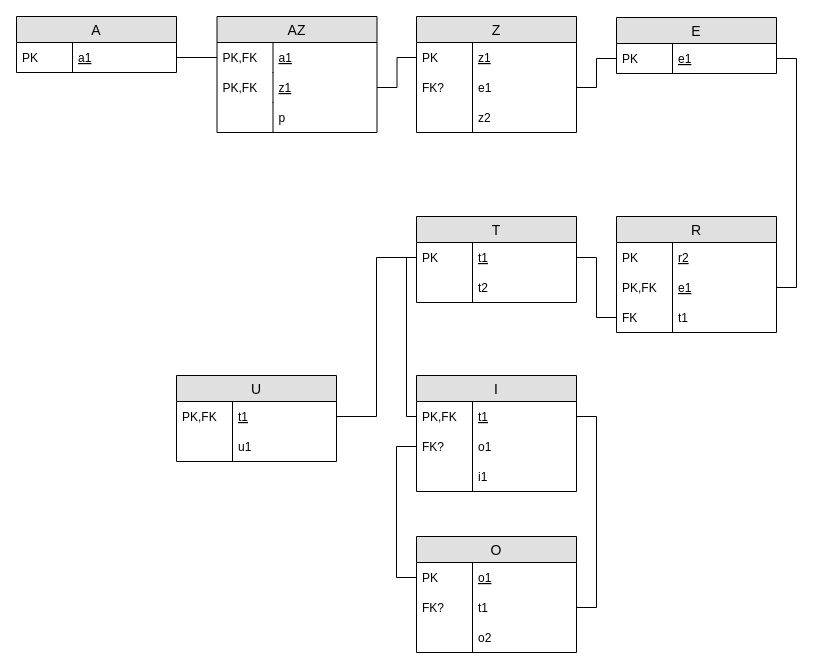
The draw.io diagram workshops/04-mapping/solutions/exercise-2.drawio in HOGENT-Databases/DB1-Workshops, before the edit. Source tidied: cells renumbered, new cells numbered last; positions are measured from the earlier drawing's top-left corner, leaving out a move shared by most shapes. Both pictures are drawn from the tidied source at 100%, with x=0, y=0 at pixel (16, 16).
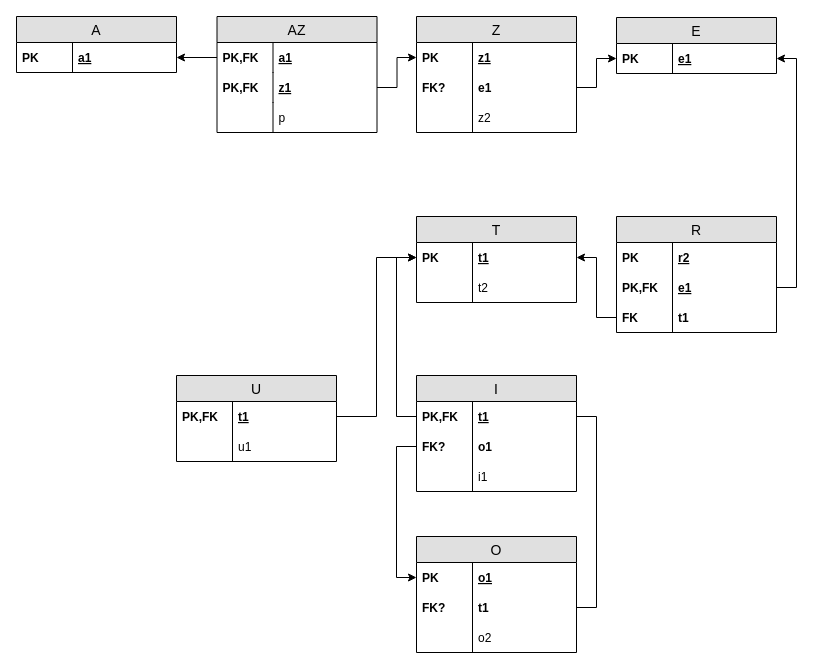
Above is the later version.

Unchanged cells that the change refers to:
```xml
<mxCell id="2" value="Z" style="swimlane;fontStyle=0;horizontal=1;startSize=26;fillColor=#e0e0e0;swimlaneFillColor=#ffffff;align=center;fontSize=14;" parent="1" vertex="1">
  <mxGeometry x="400" width="160" height="116" as="geometry" />
</mxCell>
<mxCell id="9" value="A" style="swimlane;fontStyle=0;horizontal=1;startSize=26;fillColor=#e0e0e0;swimlaneFillColor=#ffffff;align=center;fontSize=14;" parent="1" vertex="1">
  <mxGeometry width="160" height="56" as="geometry" />
</mxCell>
<mxCell id="12" value="AZ" style="swimlane;fontStyle=0;horizontal=1;startSize=26;fillColor=#e0e0e0;swimlaneFillColor=#ffffff;align=center;fontSize=14;" parent="1" vertex="1">
  <mxGeometry x="200.5" width="160" height="116" as="geometry" />
</mxCell>
<mxCell id="21" value="E" style="swimlane;fontStyle=0;horizontal=1;startSize=26;fillColor=#e0e0e0;swimlaneFillColor=#ffffff;align=center;fontSize=14;" parent="1" vertex="1">
  <mxGeometry x="600" y="1" width="160" height="56" as="geometry" />
</mxCell>
<mxCell id="25" value="R" style="swimlane;fontStyle=0;horizontal=1;startSize=26;fillColor=#e0e0e0;swimlaneFillColor=#ffffff;align=center;fontSize=14;" parent="1" vertex="1">
  <mxGeometry x="600" y="200" width="160" height="116" as="geometry" />
</mxCell>
<mxCell id="33" value="T" style="swimlane;fontStyle=0;horizontal=1;startSize=26;fillColor=#e0e0e0;swimlaneFillColor=#ffffff;align=center;fontSize=14;" parent="1" vertex="1">
  <mxGeometry x="400" y="200" width="160" height="86" as="geometry" />
</mxCell>
<mxCell id="39" value="U" style="swimlane;fontStyle=0;horizontal=1;startSize=26;fillColor=#e0e0e0;swimlaneFillColor=#ffffff;align=center;fontSize=14;" parent="1" vertex="1">
  <mxGeometry x="160" y="359" width="160" height="86" as="geometry" />
</mxCell>
<mxCell id="45" value="I" style="swimlane;fontStyle=0;horizontal=1;startSize=26;fillColor=#e0e0e0;swimlaneFillColor=#ffffff;align=center;fontSize=14;" parent="1" vertex="1">
  <mxGeometry x="400" y="359" width="160" height="116" as="geometry" />
</mxCell>
<mxCell id="53" value="O" style="swimlane;fontStyle=0;horizontal=1;startSize=26;fillColor=#e0e0e0;swimlaneFillColor=#ffffff;align=center;fontSize=14;" parent="1" vertex="1">
  <mxGeometry x="400" y="520" width="160" height="116" as="geometry" />
</mxCell>
```

Change to the diagram source:
```diff
@@
-    <mxCell id="3" value="z1" style="shape=partialRectangle;top=0;left=0;right=0;bottom=0;align=left;verticalAlign=middle;fillColor=none;spacingLeft=60;spacingRight=4;overflow=hidden;points=[[0,0.5],[1,0.5]];portConstraint=eastwest;fontStyle=4;fontSize=12;" parent="2" vertex="1">
+    <mxCell id="3" value="z1" style="shape=partialRectangle;top=0;left=0;right=0;bottom=0;align=left;verticalAlign=middle;fillColor=none;spacingLeft=60;spacingRight=4;overflow=hidden;points=[[0,0.5],[1,0.5]];portConstraint=eastwest;fontStyle=5;fontSize=12;" parent="2" vertex="1">
       <mxGeometry y="26" width="160" height="30" as="geometry" />
     </mxCell>
-    <mxCell id="4" value="PK" style="shape=partialRectangle;fontStyle=0;top=0;left=0;bottom=0;fillColor=none;align=left;verticalAlign=middle;spacingLeft=4;spacingRight=4;overflow=hidden;fontSize=12;" parent="3" vertex="1">
+    <mxCell id="4" value="PK" style="shape=partialRectangle;fontStyle=1;top=0;left=0;bottom=0;fillColor=none;align=left;verticalAlign=middle;spacingLeft=4;spacingRight=4;overflow=hidden;fontSize=12;" parent="3" vertex="1">
       <mxGeometry width="56" height="30" as="geometry" />
     </mxCell>
-    <mxCell id="5" value="e1" style="shape=partialRectangle;top=0;left=0;right=0;bottom=0;align=left;verticalAlign=middle;fillColor=none;spacingLeft=60;spacingRight=4;overflow=hidden;points=[[0,0.5],[1,0.5]];portConstraint=eastwest;fontStyle=0;fontSize=12;" parent="2" vertex="1">
+    <mxCell id="5" value="e1" style="shape=partialRectangle;top=0;left=0;right=0;bottom=0;align=left;verticalAlign=middle;fillColor=none;spacingLeft=60;spacingRight=4;overflow=hidden;points=[[0,0.5],[1,0.5]];portConstraint=eastwest;fontStyle=1;fontSize=12;" parent="2" vertex="1">
       <mxGeometry y="56" width="160" height="30" as="geometry" />
     </mxCell>
-    <mxCell id="6" value="FK?" style="shape=partialRectangle;fontStyle=0;top=0;left=0;bottom=0;fillColor=none;align=left;verticalAlign=middle;spacingLeft=4;spacingRight=4;overflow=hidden;fontSize=12;" parent="5" vertex="1">
+    <mxCell id="6" value="FK?" style="shape=partialRectangle;fontStyle=1;top=0;left=0;bottom=0;fillColor=none;align=left;verticalAlign=middle;spacingLeft=4;spacingRight=4;overflow=hidden;fontSize=12;" parent="5" vertex="1">
       <mxGeometry width="56" height="30" as="geometry" />
     </mxCell>
@@
-    <mxCell id="10" value="a1" style="shape=partialRectangle;top=0;left=0;right=0;bottom=0;align=left;verticalAlign=middle;fillColor=none;spacingLeft=60;spacingRight=4;overflow=hidden;points=[[0,0.5],[1,0.5]];portConstraint=eastwest;fontStyle=4;fontSize=12;" parent="9" vertex="1">
+    <mxCell id="10" value="a1" style="shape=partialRectangle;top=0;left=0;right=0;bottom=0;align=left;verticalAlign=middle;fillColor=none;spacingLeft=60;spacingRight=4;overflow=hidden;points=[[0,0.5],[1,0.5]];portConstraint=eastwest;fontStyle=5;fontSize=12;" parent="9" vertex="1">
       <mxGeometry y="26" width="160" height="30" as="geometry" />
     </mxCell>
-    <mxCell id="11" value="PK" style="shape=partialRectangle;fontStyle=0;top=0;left=0;bottom=0;fillColor=none;align=left;verticalAlign=middle;spacingLeft=4;spacingRight=4;overflow=hidden;fontSize=12;" parent="10" vertex="1">
+    <mxCell id="11" value="PK" style="shape=partialRectangle;fontStyle=1;top=0;left=0;bottom=0;fillColor=none;align=left;verticalAlign=middle;spacingLeft=4;spacingRight=4;overflow=hidden;fontSize=12;" parent="10" vertex="1">
       <mxGeometry width="56" height="30" as="geometry" />
     </mxCell>
@@
-    <mxCell id="13" value="a1" style="shape=partialRectangle;top=0;left=0;right=0;bottom=0;align=left;verticalAlign=middle;fillColor=none;spacingLeft=60;spacingRight=4;overflow=hidden;points=[[0,0.5],[1,0.5]];portConstraint=eastwest;fontStyle=4;fontSize=12;" parent="12" vertex="1">
+    <mxCell id="13" value="a1" style="shape=partialRectangle;top=0;left=0;right=0;bottom=0;align=left;verticalAlign=middle;fillColor=none;spacingLeft=60;spacingRight=4;overflow=hidden;points=[[0,0.5],[1,0.5]];portConstraint=eastwest;fontStyle=5;fontSize=12;" parent="12" vertex="1">
       <mxGeometry y="26" width="160" height="30" as="geometry" />
     </mxCell>
-    <mxCell id="14" value="PK,FK" style="shape=partialRectangle;fontStyle=0;top=0;left=0;bottom=0;fillColor=none;align=left;verticalAlign=middle;spacingLeft=4;spacingRight=4;overflow=hidden;fontSize=12;" parent="13" vertex="1">
+    <mxCell id="14" value="PK,FK" style="shape=partialRectangle;fontStyle=1;top=0;left=0;bottom=0;fillColor=none;align=left;verticalAlign=middle;spacingLeft=4;spacingRight=4;overflow=hidden;fontSize=12;" parent="13" vertex="1">
       <mxGeometry width="56" height="30" as="geometry" />
     </mxCell>
-    <mxCell id="15" value="z1" style="shape=partialRectangle;top=0;left=0;right=0;bottom=0;align=left;verticalAlign=middle;fillColor=none;spacingLeft=60;spacingRight=4;overflow=hidden;points=[[0,0.5],[1,0.5]];portConstraint=eastwest;fontStyle=4;fontSize=12;" parent="12" vertex="1">
+    <mxCell id="15" value="z1" style="shape=partialRectangle;top=0;left=0;right=0;bottom=0;align=left;verticalAlign=middle;fillColor=none;spacingLeft=60;spacingRight=4;overflow=hidden;points=[[0,0.5],[1,0.5]];portConstraint=eastwest;fontStyle=5;fontSize=12;" parent="12" vertex="1">
       <mxGeometry y="56" width="160" height="30" as="geometry" />
     </mxCell>
-    <mxCell id="16" value="PK,FK" style="shape=partialRectangle;fontStyle=0;top=0;left=0;bottom=0;fillColor=none;align=left;verticalAlign=middle;spacingLeft=4;spacingRight=4;overflow=hidden;fontSize=12;" parent="15" vertex="1">
+    <mxCell id="16" value="PK,FK" style="shape=partialRectangle;fontStyle=1;top=0;left=0;bottom=0;fillColor=none;align=left;verticalAlign=middle;spacingLeft=4;spacingRight=4;overflow=hidden;fontSize=12;" parent="15" vertex="1">
       <mxGeometry width="56" height="30" as="geometry" />
     </mxCell>
@@
-    <mxCell id="19" style="edgeStyle=orthogonalEdgeStyle;rounded=0;jettySize=auto;html=1;exitX=0;exitY=0.5;exitDx=0;exitDy=0;entryX=1;entryY=0.5;entryDx=0;entryDy=0;endArrow=none;endFill=0;" parent="1" edge="1" source="13" target="10">
+    <mxCell id="19" style="edgeStyle=orthogonalEdgeStyle;rounded=0;jettySize=auto;html=1;exitX=0;exitY=0.5;exitDx=0;exitDy=0;entryX=1;entryY=0.5;entryDx=0;entryDy=0;endArrow=classic;endFill=1;" parent="1" edge="1" source="13" target="10">
       <mxGeometry relative="1" as="geometry" />
     </mxCell>
-    <mxCell id="20" style="edgeStyle=orthogonalEdgeStyle;rounded=0;jettySize=auto;html=1;exitX=1;exitY=0.5;exitDx=0;exitDy=0;entryX=0;entryY=0.5;entryDx=0;entryDy=0;endArrow=none;endFill=0;" parent="1" edge="1" source="15" target="3">
+    <mxCell id="20" style="edgeStyle=orthogonalEdgeStyle;rounded=0;jettySize=auto;html=1;exitX=1;exitY=0.5;exitDx=0;exitDy=0;entryX=0;entryY=0.5;entryDx=0;entryDy=0;endArrow=classic;endFill=1;" parent="1" edge="1" source="15" target="3">
       <mxGeometry relative="1" as="geometry" />
     </mxCell>
@@
-    <mxCell id="22" value="e1" style="shape=partialRectangle;top=0;left=0;right=0;bottom=0;align=left;verticalAlign=middle;fillColor=none;spacingLeft=60;spacingRight=4;overflow=hidden;points=[[0,0.5],[1,0.5]];portConstraint=eastwest;fontStyle=4;fontSize=12;" parent="21" vertex="1">
+    <mxCell id="22" value="e1" style="shape=partialRectangle;top=0;left=0;right=0;bottom=0;align=left;verticalAlign=middle;fillColor=none;spacingLeft=60;spacingRight=4;overflow=hidden;points=[[0,0.5],[1,0.5]];portConstraint=eastwest;fontStyle=5;fontSize=12;" parent="21" vertex="1">
       <mxGeometry y="26" width="160" height="30" as="geometry" />
     </mxCell>
-    <mxCell id="23" value="PK" style="shape=partialRectangle;fontStyle=0;top=0;left=0;bottom=0;fillColor=none;align=left;verticalAlign=middle;spacingLeft=4;spacingRight=4;overflow=hidden;fontSize=12;" parent="22" vertex="1">
+    <mxCell id="23" value="PK" style="shape=partialRectangle;fontStyle=1;top=0;left=0;bottom=0;fillColor=none;align=left;verticalAlign=middle;spacingLeft=4;spacingRight=4;overflow=hidden;fontSize=12;" parent="22" vertex="1">
       <mxGeometry width="56" height="30" as="geometry" />
     </mxCell>
-    <mxCell id="24" style="edgeStyle=orthogonalEdgeStyle;rounded=0;jettySize=auto;html=1;exitX=1;exitY=0.5;exitDx=0;exitDy=0;entryX=0;entryY=0.5;entryDx=0;entryDy=0;endArrow=none;endFill=0;" parent="1" edge="1" source="5" target="22">
+    <mxCell id="24" style="edgeStyle=orthogonalEdgeStyle;rounded=0;jettySize=auto;html=1;exitX=1;exitY=0.5;exitDx=0;exitDy=0;entryX=0;entryY=0.5;entryDx=0;entryDy=0;endArrow=classic;endFill=1;" parent="1" edge="1" source="5" target="22">
       <mxGeometry relative="1" as="geometry" />
     </mxCell>
@@
-    <mxCell id="26" value="r2" style="shape=partialRectangle;top=0;left=0;right=0;bottom=0;align=left;verticalAlign=middle;fillColor=none;spacingLeft=60;spacingRight=4;overflow=hidden;fontStyle=4;fontSize=12;" parent="25" vertex="1">
+    <mxCell id="26" value="r2" style="shape=partialRectangle;top=0;left=0;right=0;bottom=0;align=left;verticalAlign=middle;fillColor=none;spacingLeft=60;spacingRight=4;overflow=hidden;fontStyle=5;fontSize=12;" parent="25" vertex="1">
       <mxGeometry y="26" width="160" height="30" as="geometry" />
     </mxCell>
-    <mxCell id="27" value="PK" style="shape=partialRectangle;fontStyle=0;top=0;left=0;bottom=0;fillColor=none;align=left;verticalAlign=middle;spacingLeft=4;spacingRight=4;overflow=hidden;fontSize=12;" parent="26" vertex="1">
+    <mxCell id="27" value="PK" style="shape=partialRectangle;fontStyle=1;top=0;left=0;bottom=0;fillColor=none;align=left;verticalAlign=middle;spacingLeft=4;spacingRight=4;overflow=hidden;fontSize=12;" parent="26" vertex="1">
       <mxGeometry width="56" height="30" as="geometry" />
     </mxCell>
-    <mxCell id="28" value="e1" style="shape=partialRectangle;top=0;left=0;right=0;bottom=0;align=left;verticalAlign=middle;fillColor=none;spacingLeft=60;spacingRight=4;overflow=hidden;points=[[0,0.5],[1,0.5]];portConstraint=eastwest;fontStyle=4;fontSize=12;" parent="25" vertex="1">
+    <mxCell id="28" value="e1" style="shape=partialRectangle;top=0;left=0;right=0;bottom=0;align=left;verticalAlign=middle;fillColor=none;spacingLeft=60;spacingRight=4;overflow=hidden;points=[[0,0.5],[1,0.5]];portConstraint=eastwest;fontStyle=5;fontSize=12;" parent="25" vertex="1">
       <mxGeometry y="56" width="160" height="30" as="geometry" />
     </mxCell>
-    <mxCell id="29" value="PK,FK" style="shape=partialRectangle;fontStyle=0;top=0;left=0;bottom=0;fillColor=none;align=left;verticalAlign=middle;spacingLeft=4;spacingRight=4;overflow=hidden;fontSize=12;" parent="28" vertex="1">
+    <mxCell id="29" value="PK,FK" style="shape=partialRectangle;fontStyle=1;top=0;left=0;bottom=0;fillColor=none;align=left;verticalAlign=middle;spacingLeft=4;spacingRight=4;overflow=hidden;fontSize=12;" parent="28" vertex="1">
       <mxGeometry width="56" height="30" as="geometry" />
     </mxCell>
-    <mxCell id="30" value="t1" style="shape=partialRectangle;top=0;left=0;right=0;bottom=0;align=left;verticalAlign=middle;fillColor=none;spacingLeft=60;spacingRight=4;overflow=hidden;points=[[0,0.5],[1,0.5]];portConstraint=eastwest;fontStyle=0;fontSize=12;" parent="25" vertex="1">
+    <mxCell id="30" value="t1" style="shape=partialRectangle;top=0;left=0;right=0;bottom=0;align=left;verticalAlign=middle;fillColor=none;spacingLeft=60;spacingRight=4;overflow=hidden;points=[[0,0.5],[1,0.5]];portConstraint=eastwest;fontStyle=1;fontSize=12;" parent="25" vertex="1">
       <mxGeometry y="86" width="160" height="30" as="geometry" />
     </mxCell>
-    <mxCell id="31" value="FK" style="shape=partialRectangle;fontStyle=0;top=0;left=0;bottom=0;fillColor=none;align=left;verticalAlign=middle;spacingLeft=4;spacingRight=4;overflow=hidden;fontSize=12;" parent="30" vertex="1">
+    <mxCell id="31" value="FK" style="shape=partialRectangle;fontStyle=1;top=0;left=0;bottom=0;fillColor=none;align=left;verticalAlign=middle;spacingLeft=4;spacingRight=4;overflow=hidden;fontSize=12;" parent="30" vertex="1">
       <mxGeometry width="56" height="30" as="geometry" />
     </mxCell>
-    <mxCell id="32" style="edgeStyle=orthogonalEdgeStyle;rounded=0;jettySize=auto;html=1;exitX=1;exitY=0.5;exitDx=0;exitDy=0;entryX=1;entryY=0.5;entryDx=0;entryDy=0;endArrow=none;endFill=0;" parent="1" edge="1" source="28" target="22">
+    <mxCell id="32" style="edgeStyle=orthogonalEdgeStyle;rounded=0;jettySize=auto;html=1;exitX=1;exitY=0.5;exitDx=0;exitDy=0;entryX=1;entryY=0.5;entryDx=0;entryDy=0;endArrow=classic;endFill=1;" parent="1" edge="1" source="28" target="22">
       <mxGeometry relative="1" as="geometry" />
     </mxCell>
@@
-    <mxCell id="34" value="t1" style="shape=partialRectangle;top=0;left=0;right=0;bottom=0;align=left;verticalAlign=middle;fillColor=none;spacingLeft=60;spacingRight=4;overflow=hidden;points=[[0,0.5],[1,0.5]];portConstraint=eastwest;fontStyle=4;fontSize=12;" parent="33" vertex="1">
+    <mxCell id="34" value="t1" style="shape=partialRectangle;top=0;left=0;right=0;bottom=0;align=left;verticalAlign=middle;fillColor=none;spacingLeft=60;spacingRight=4;overflow=hidden;points=[[0,0.5],[1,0.5]];portConstraint=eastwest;fontStyle=5;fontSize=12;" parent="33" vertex="1">
       <mxGeometry y="26" width="160" height="30" as="geometry" />
     </mxCell>
-    <mxCell id="35" value="PK" style="shape=partialRectangle;fontStyle=0;top=0;left=0;bottom=0;fillColor=none;align=left;verticalAlign=middle;spacingLeft=4;spacingRight=4;overflow=hidden;fontSize=12;" parent="34" vertex="1">
+    <mxCell id="35" value="PK" style="shape=partialRectangle;fontStyle=1;top=0;left=0;bottom=0;fillColor=none;align=left;verticalAlign=middle;spacingLeft=4;spacingRight=4;overflow=hidden;fontSize=12;" parent="34" vertex="1">
       <mxGeometry width="56" height="30" as="geometry" />
     </mxCell>
@@
-    <mxCell id="38" style="edgeStyle=orthogonalEdgeStyle;rounded=0;jettySize=auto;html=1;exitX=0;exitY=0.5;exitDx=0;exitDy=0;entryX=1;entryY=0.5;entryDx=0;entryDy=0;endArrow=none;endFill=0;" parent="1" edge="1" source="30" target="34">
+    <mxCell id="38" style="edgeStyle=orthogonalEdgeStyle;rounded=0;jettySize=auto;html=1;exitX=0;exitY=0.5;exitDx=0;exitDy=0;entryX=1;entryY=0.5;entryDx=0;entryDy=0;endArrow=classic;endFill=1;" parent="1" edge="1" source="30" target="34">
       <mxGeometry relative="1" as="geometry" />
     </mxCell>
@@
-    <mxCell id="40" value="t1" style="shape=partialRectangle;top=0;left=0;right=0;bottom=0;align=left;verticalAlign=middle;fillColor=none;spacingLeft=60;spacingRight=4;overflow=hidden;points=[[0,0.5],[1,0.5]];portConstraint=eastwest;fontStyle=4;fontSize=12;" parent="39" vertex="1">
+    <mxCell id="40" value="t1" style="shape=partialRectangle;top=0;left=0;right=0;bottom=0;align=left;verticalAlign=middle;fillColor=none;spacingLeft=60;spacingRight=4;overflow=hidden;points=[[0,0.5],[1,0.5]];portConstraint=eastwest;fontStyle=5;fontSize=12;" parent="39" vertex="1">
       <mxGeometry y="26" width="160" height="30" as="geometry" />
     </mxCell>
-    <mxCell id="41" value="PK,FK" style="shape=partialRectangle;fontStyle=0;top=0;left=0;bottom=0;fillColor=none;align=left;verticalAlign=middle;spacingLeft=4;spacingRight=4;overflow=hidden;fontSize=12;" parent="40" vertex="1">
+    <mxCell id="41" value="PK,FK" style="shape=partialRectangle;fontStyle=1;top=0;left=0;bottom=0;fillColor=none;align=left;verticalAlign=middle;spacingLeft=4;spacingRight=4;overflow=hidden;fontSize=12;" parent="40" vertex="1">
       <mxGeometry width="56" height="30" as="geometry" />
     </mxCell>
@@
-    <mxCell id="44" style="edgeStyle=orthogonalEdgeStyle;rounded=0;jettySize=auto;html=1;exitX=1;exitY=0.5;exitDx=0;exitDy=0;entryX=0;entryY=0.5;entryDx=0;entryDy=0;endArrow=none;endFill=0;" parent="1" edge="1" source="40" target="34">
+    <mxCell id="44" style="edgeStyle=orthogonalEdgeStyle;rounded=0;jettySize=auto;html=1;exitX=1;exitY=0.5;exitDx=0;exitDy=0;entryX=0;entryY=0.5;entryDx=0;entryDy=0;endArrow=classic;endFill=1;" parent="1" edge="1" source="40" target="34">
       <mxGeometry relative="1" as="geometry" />
     </mxCell>
@@
-    <mxCell id="46" value="t1" style="shape=partialRectangle;top=0;left=0;right=0;bottom=0;align=left;verticalAlign=middle;fillColor=none;spacingLeft=60;spacingRight=4;overflow=hidden;points=[[0,0.5],[1,0.5]];portConstraint=eastwest;fontStyle=4;fontSize=12;" parent="45" vertex="1">
+    <mxCell id="46" value="t1" style="shape=partialRectangle;top=0;left=0;right=0;bottom=0;align=left;verticalAlign=middle;fillColor=none;spacingLeft=60;spacingRight=4;overflow=hidden;points=[[0,0.5],[1,0.5]];portConstraint=eastwest;fontStyle=5;fontSize=12;" parent="45" vertex="1">
       <mxGeometry y="26" width="160" height="30" as="geometry" />
     </mxCell>
-    <mxCell id="47" value="PK,FK" style="shape=partialRectangle;fontStyle=0;top=0;left=0;bottom=0;fillColor=none;align=left;verticalAlign=middle;spacingLeft=4;spacingRight=4;overflow=hidden;fontSize=12;" parent="46" vertex="1">
+    <mxCell id="47" value="PK,FK" style="shape=partialRectangle;fontStyle=1;top=0;left=0;bottom=0;fillColor=none;align=left;verticalAlign=middle;spacingLeft=4;spacingRight=4;overflow=hidden;fontSize=12;" parent="46" vertex="1">
       <mxGeometry width="56" height="30" as="geometry" />
     </mxCell>
-    <mxCell id="48" value="o1" style="shape=partialRectangle;top=0;left=0;right=0;bottom=0;align=left;verticalAlign=middle;fillColor=none;spacingLeft=60;spacingRight=4;overflow=hidden;points=[[0,0.5],[1,0.5]];portConstraint=eastwest;fontStyle=0;fontSize=12;" parent="45" vertex="1">
+    <mxCell id="48" value="o1" style="shape=partialRectangle;top=0;left=0;right=0;bottom=0;align=left;verticalAlign=middle;fillColor=none;spacingLeft=60;spacingRight=4;overflow=hidden;points=[[0,0.5],[1,0.5]];portConstraint=eastwest;fontStyle=1;fontSize=12;" parent="45" vertex="1">
       <mxGeometry y="56" width="160" height="30" as="geometry" />
     </mxCell>
-    <mxCell id="49" value="FK?" style="shape=partialRectangle;fontStyle=0;top=0;left=0;bottom=0;fillColor=none;align=left;verticalAlign=middle;spacingLeft=4;spacingRight=4;overflow=hidden;fontSize=12;" parent="48" vertex="1">
+    <mxCell id="49" value="FK?" style="shape=partialRectangle;fontStyle=1;top=0;left=0;bottom=0;fillColor=none;align=left;verticalAlign=middle;spacingLeft=4;spacingRight=4;overflow=hidden;fontSize=12;" parent="48" vertex="1">
       <mxGeometry width="56" height="30" as="geometry" />
     </mxCell>
@@
-    <mxCell id="52" style="edgeStyle=orthogonalEdgeStyle;rounded=0;jettySize=auto;html=1;exitX=0;exitY=0.5;exitDx=0;exitDy=0;entryX=0;entryY=0.5;entryDx=0;entryDy=0;endArrow=none;endFill=0;" parent="1" edge="1" source="46" target="34">
+    <mxCell id="52" style="edgeStyle=orthogonalEdgeStyle;rounded=0;jettySize=auto;html=1;exitX=0;exitY=0.5;exitDx=0;exitDy=0;entryX=0;entryY=0.5;entryDx=0;entryDy=0;endArrow=classic;endFill=1;" parent="1" edge="1" source="46" target="34">
       <mxGeometry relative="1" as="geometry">
         <Array as="points">
-          <mxPoint x="390" y="400" />
-          <mxPoint x="390" y="241" />
+          <mxPoint x="380" y="400" />
+          <mxPoint x="380" y="241" />
         </Array>
       </mxGeometry>
     </mxCell>
@@
-    <mxCell id="54" value="o1" style="shape=partialRectangle;top=0;left=0;right=0;bottom=0;align=left;verticalAlign=middle;fillColor=none;spacingLeft=60;spacingRight=4;overflow=hidden;points=[[0,0.5],[1,0.5]];portConstraint=eastwest;fontStyle=4;fontSize=12;" parent="53" vertex="1">
+    <mxCell id="54" value="o1" style="shape=partialRectangle;top=0;left=0;right=0;bottom=0;align=left;verticalAlign=middle;fillColor=none;spacingLeft=60;spacingRight=4;overflow=hidden;points=[[0,0.5],[1,0.5]];portConstraint=eastwest;fontStyle=5;fontSize=12;" parent="53" vertex="1">
       <mxGeometry y="26" width="160" height="30" as="geometry" />
     </mxCell>
-    <mxCell id="55" value="PK" style="shape=partialRectangle;fontStyle=0;top=0;left=0;bottom=0;fillColor=none;align=left;verticalAlign=middle;spacingLeft=4;spacingRight=4;overflow=hidden;fontSize=12;" parent="54" vertex="1">
+    <mxCell id="55" value="PK" style="shape=partialRectangle;fontStyle=1;top=0;left=0;bottom=0;fillColor=none;align=left;verticalAlign=middle;spacingLeft=4;spacingRight=4;overflow=hidden;fontSize=12;" parent="54" vertex="1">
       <mxGeometry width="56" height="30" as="geometry" />
     </mxCell>
-    <mxCell id="56" value="t1" style="shape=partialRectangle;top=0;left=0;right=0;bottom=0;align=left;verticalAlign=middle;fillColor=none;spacingLeft=60;spacingRight=4;overflow=hidden;points=[[0,0.5],[1,0.5]];portConstraint=eastwest;fontStyle=0;fontSize=12;" parent="53" vertex="1">
+    <mxCell id="56" value="t1" style="shape=partialRectangle;top=0;left=0;right=0;bottom=0;align=left;verticalAlign=middle;fillColor=none;spacingLeft=60;spacingRight=4;overflow=hidden;points=[[0,0.5],[1,0.5]];portConstraint=eastwest;fontStyle=1;fontSize=12;" parent="53" vertex="1">
       <mxGeometry y="56" width="160" height="30" as="geometry" />
     </mxCell>
-    <mxCell id="57" value="FK?" style="shape=partialRectangle;fontStyle=0;top=0;left=0;bottom=0;fillColor=none;align=left;verticalAlign=middle;spacingLeft=4;spacingRight=4;overflow=hidden;fontSize=12;" parent="56" vertex="1">
+    <mxCell id="57" value="FK?" style="shape=partialRectangle;fontStyle=1;top=0;left=0;bottom=0;fillColor=none;align=left;verticalAlign=middle;spacingLeft=4;spacingRight=4;overflow=hidden;fontSize=12;" parent="56" vertex="1">
       <mxGeometry width="56" height="30" as="geometry" />
     </mxCell>
@@
-    <mxCell id="61" style="edgeStyle=orthogonalEdgeStyle;rounded=0;jettySize=auto;html=1;exitX=0;exitY=0.5;exitDx=0;exitDy=0;entryX=0;entryY=0.5;entryDx=0;entryDy=0;endArrow=none;endFill=0;" parent="1" edge="1" source="54" target="48">
+    <mxCell id="61" style="edgeStyle=orthogonalEdgeStyle;rounded=0;jettySize=auto;html=1;exitX=0;exitY=0.5;exitDx=0;exitDy=0;entryX=0;entryY=0.5;entryDx=0;entryDy=0;endArrow=none;endFill=0;startArrow=classic;startFill=1;" parent="1" edge="1" source="54" target="48">
       <mxGeometry relative="1" as="geometry" />
     </mxCell>
```
